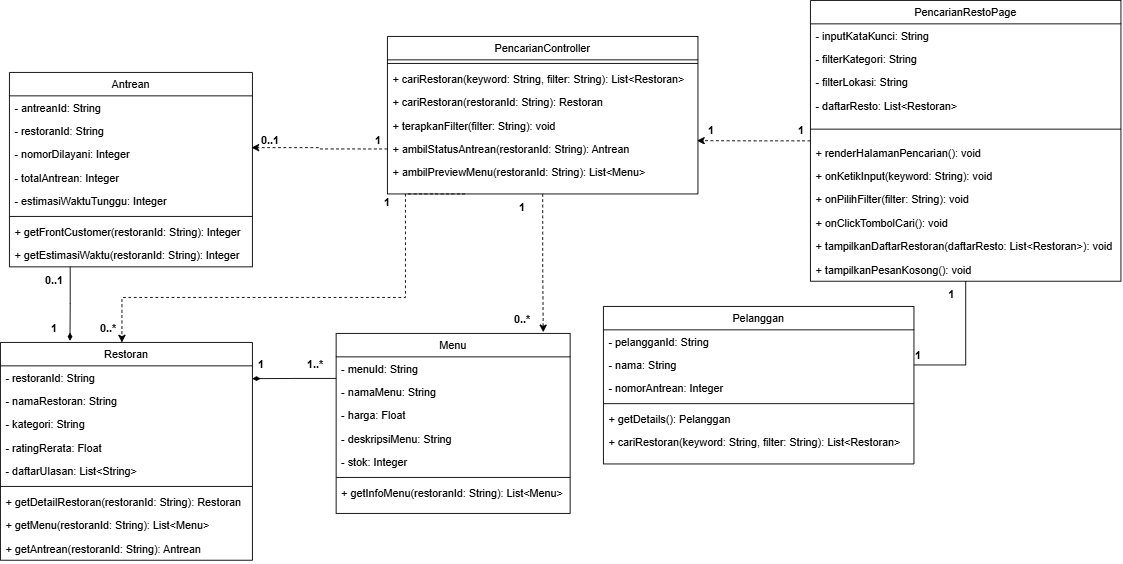
The draw.io diagram docs/M7/assets/diagram/CD_UC01.drawio.png in RPL-24/IF2150-RPL, before a commit. Source tidied: cells renumbered, new cells last; positions are measured from the earlier drawing's top-left corner, leaving out a move shared by most shapes.
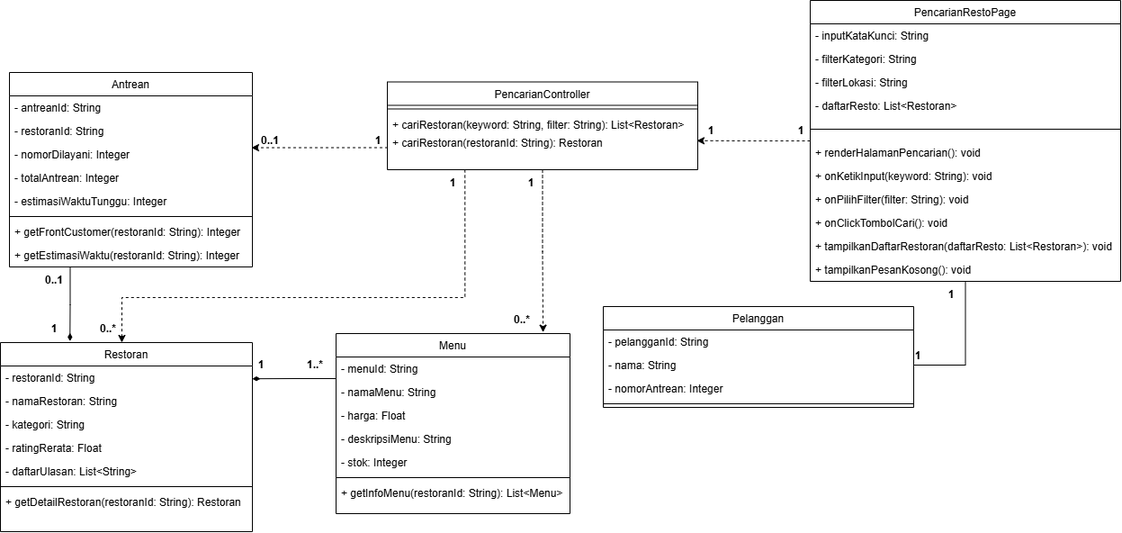
After the change.

Commit message:
fix: Diagram Kelas UC01

The edit, as a diff of the source:
```diff
@@ -2,8 +2,10 @@
   <root>
     <mxCell id="0" />
     <mxCell id="1" parent="0" />
-    <mxCell id="2" style="edgeStyle=orthogonalEdgeStyle;rounded=0;jettySize=auto;html=1;exitX=0;exitY=0.5;exitDx=0;exitDy=0;dashed=1;entryX=0.997;entryY=1.145;entryDx=0;entryDy=0;entryPerimeter=0;" parent="1" edge="1" source="4" target="38">
-      <mxGeometry x="0.17" relative="1" as="geometry" />
+    <mxCell id="2" style="edgeStyle=orthogonalEdgeStyle;rounded=0;jettySize=auto;html=1;exitX=0;exitY=0.5;exitDx=0;exitDy=0;dashed=1;entryX=0.997;entryY=1.145;entryDx=0;entryDy=0;entryPerimeter=0;" parent="1" edge="1" source="4">
+      <mxGeometry x="0.17" relative="1" as="geometry">
+        <mxPoint x="774" y="155.8" as="targetPoint" />
+      </mxGeometry>
     </mxCell>
     <mxCell id="3" style="edgeStyle=orthogonalEdgeStyle;rounded=0;jettySize=auto;html=1;entryX=1;entryY=0.5;entryDx=0;entryDy=0;endArrow=none;endFill=0;" parent="1" edge="1" source="4" target="52">
       <mxGeometry relative="1" as="geometry" />
@@ -69,7 +71,7 @@
       <mxGeometry y="164" width="260" height="26" as="geometry" />
     </mxCell>
     <mxCell id="24" value="Restoran" style="swimlane;fontStyle=0;align=center;verticalAlign=top;horizontal=1;startSize=26;rounded=0;shadow=0;strokeWidth=1;" parent="1" vertex="1">
-      <mxGeometry y="380" width="280" height="242" as="geometry" />
+      <mxGeometry y="380" width="280" height="210" as="geometry" />
     </mxCell>
     <mxCell id="25" value="- restoranId: String" style="text;align=left;verticalAlign=top;spacingLeft=4;spacingRight=4;overflow=hidden;points=[[0,0.5],[1,0.5]];portConstraint=eastwest;" parent="24" vertex="1">
       <mxGeometry y="26" width="280" height="26" as="geometry" />
@@ -92,33 +94,18 @@
     <mxCell id="31" value="+ getDetailRestoran(restoranId: String): Restoran" style="text;align=left;verticalAlign=top;spacingLeft=4;spacingRight=4;overflow=hidden;" parent="24" vertex="1">
       <mxGeometry y="164" width="280" height="26" as="geometry" />
     </mxCell>
-    <mxCell id="32" value="+ getMenu(restoranId: String): List&lt;Menu&gt;" style="text;align=left;verticalAlign=top;spacingLeft=4;spacingRight=4;overflow=hidden;" parent="24" vertex="1">
-      <mxGeometry y="190" width="280" height="26" as="geometry" />
-    </mxCell>
-    <mxCell id="33" value="+ getAntrean(restoranId: String): Antrean" style="text;align=left;verticalAlign=top;spacingLeft=4;spacingRight=4;overflow=hidden;" parent="24" vertex="1">
-      <mxGeometry y="216" width="280" height="26" as="geometry" />
-    </mxCell>
     <mxCell id="34" value="PencarianController" style="swimlane;fontStyle=0;align=center;verticalAlign=top;horizontal=1;startSize=26;rounded=0;shadow=0;strokeWidth=1;" parent="1" vertex="1">
-      <mxGeometry x="430" y="40" width="345" height="175" as="geometry" />
+      <mxGeometry x="430" y="90.5" width="345" height="97.5" as="geometry" />
     </mxCell>
     <mxCell id="35" style="line;html=1;strokeWidth=1;align=left;verticalAlign=middle;spacingTop=-1;spacingLeft=3;spacingRight=3;labelPosition=right;" parent="34" vertex="1">
       <mxGeometry y="26" width="345" height="8" as="geometry" />
     </mxCell>
     <mxCell id="36" value="+ cariRestoran(keyword: String, filter: String): List&lt;Restoran&gt;" style="text;align=left;verticalAlign=top;spacingLeft=4;spacingRight=4;overflow=hidden;rounded=0;shadow=0;html=0;" parent="34" vertex="1">
-      <mxGeometry y="34" width="345" height="26" as="geometry" />
+      <mxGeometry y="34" width="345" height="20.5" as="geometry" />
     </mxCell>
     <mxCell id="37" value="+ cariRestoran(restoranId: String): Restoran" style="text;align=left;verticalAlign=top;spacingLeft=4;spacingRight=4;overflow=hidden;rounded=0;shadow=0;html=0;" parent="34" vertex="1">
-      <mxGeometry y="60" width="345" height="26" as="geometry" />
+      <mxGeometry y="54.5" width="345" height="26" as="geometry" />
     </mxCell>
-    <mxCell id="38" value="+ terapkanFilter(filter: String): void" style="text;align=left;verticalAlign=top;spacingLeft=4;spacingRight=4;overflow=hidden;points=[[0,0.5],[1,0.5]];portConstraint=eastwest;rounded=0;shadow=0;html=0;" parent="34" vertex="1">
-      <mxGeometry y="86" width="345" height="26" as="geometry" />
-    </mxCell>
-    <mxCell id="39" value="+ ambilStatusAntrean(restoranId: String): Antrean" style="text;align=left;verticalAlign=top;spacingLeft=4;spacingRight=4;overflow=hidden;points=[[0,0.5],[1,0.5]];portConstraint=eastwest;rounded=0;shadow=0;html=0;" parent="34" vertex="1">
-      <mxGeometry y="112" width="345" height="26" as="geometry" />
-    </mxCell>
-    <mxCell id="40" value="+ ambilPreviewMenu(restoranId: String): List&lt;Menu&gt;" style="text;align=left;verticalAlign=top;spacingLeft=4;spacingRight=4;overflow=hidden;rounded=0;shadow=0;html=0;" parent="34" vertex="1">
-      <mxGeometry y="138" width="345" height="26" as="geometry" />
-    </mxCell>
     <mxCell id="41" value="Antrean" style="swimlane;fontStyle=0;align=center;verticalAlign=top;horizontal=1;startSize=26;rounded=0;shadow=0;strokeWidth=1;" parent="1" vertex="1">
       <mxGeometry x="10" y="80" width="270" height="216" as="geometry" />
     </mxCell>
@@ -147,7 +134,7 @@
       <mxGeometry y="190" width="270" height="26" as="geometry" />
     </mxCell>
     <mxCell id="50" value="Pelanggan" style="swimlane;fontStyle=0;align=center;verticalAlign=top;horizontal=1;startSize=26;rounded=0;shadow=0;strokeWidth=1;" parent="1" vertex="1">
-      <mxGeometry x="670" y="340" width="345" height="175" as="geometry" />
+      <mxGeometry x="670" y="340" width="345" height="112" as="geometry" />
     </mxCell>
     <mxCell id="51" value="- pelangganId: String" style="text;align=left;verticalAlign=top;spacingLeft=4;spacingRight=4;overflow=hidden;" parent="50" vertex="1">
       <mxGeometry y="26" width="345" height="26" as="geometry" />
@@ -161,23 +148,18 @@
     <mxCell id="54" style="line;html=1;strokeWidth=1;align=left;verticalAlign=middle;spacingTop=-1;spacingLeft=3;spacingRight=3;labelPosition=right;" parent="50" vertex="1">
       <mxGeometry y="104" width="345" height="8" as="geometry" />
     </mxCell>
-    <mxCell id="55" value="+ getDetails(): Pelanggan" style="text;align=left;verticalAlign=top;spacingLeft=4;spacingRight=4;overflow=hidden;" parent="50" vertex="1">
-      <mxGeometry y="112" width="345" height="26" as="geometry" />
-    </mxCell>
-    <mxCell id="56" value="+ cariRestoran(keyword: String, filter: String): List&lt;Restoran&gt;" style="text;align=left;verticalAlign=top;spacingLeft=4;spacingRight=4;overflow=hidden;" parent="50" vertex="1">
-      <mxGeometry y="138" width="345" height="26" as="geometry" />
-    </mxCell>
     <mxCell id="57" style="edgeStyle=orthogonalEdgeStyle;rounded=0;jettySize=auto;html=1;exitX=0;exitY=0.25;exitDx=0;exitDy=0;entryX=1;entryY=0.546;entryDx=0;entryDy=0;entryPerimeter=0;endArrow=diamondThin;endFill=1;" parent="1" edge="1" source="16" target="25">
       <mxGeometry relative="1" as="geometry" />
     </mxCell>
-    <mxCell id="58" style="edgeStyle=orthogonalEdgeStyle;rounded=0;jettySize=auto;html=1;entryX=0.996;entryY=0.213;entryDx=0;entryDy=0;entryPerimeter=0;dashed=1;" parent="1" edge="1" source="39" target="44">
-      <mxGeometry x="0.08" relative="1" as="geometry" />
+    <mxCell id="58" style="edgeStyle=orthogonalEdgeStyle;rounded=0;jettySize=auto;html=1;entryX=0.996;entryY=0.213;entryDx=0;entryDy=0;entryPerimeter=0;dashed=1;" parent="1" edge="1" target="44">
+      <mxGeometry x="0.08" relative="1" as="geometry">
+        <mxPoint x="430" y="139" as="sourcePoint" />
+      </mxGeometry>
     </mxCell>
     <mxCell id="59" style="edgeStyle=orthogonalEdgeStyle;rounded=0;jettySize=auto;html=1;exitX=0.25;exitY=1;exitDx=0;exitDy=0;dashed=1;entryX=0.482;entryY=0;entryDx=0;entryDy=0;entryPerimeter=0;" parent="1" edge="1" source="34" target="24">
-      <mxGeometry x="0.21" relative="1" as="geometry">
+      <mxGeometry x="0.19" relative="1" as="geometry">
         <Array as="points">
-          <mxPoint x="450" y="215" />
-          <mxPoint x="450" y="330" />
+          <mxPoint x="516.3" y="330" />
           <mxPoint x="135" y="330" />
         </Array>
       </mxGeometry>
@@ -210,13 +192,13 @@
       <mxGeometry x="30" y="296" width="60" height="30" as="geometry" />
     </mxCell>
     <mxCell id="69" value="1" style="text;html=1;whiteSpace=wrap;strokeColor=none;fillColor=none;align=center;verticalAlign=middle;rounded=0;fontStyle=1;" parent="1" vertex="1">
-      <mxGeometry x="400" y="210" width="60" height="30" as="geometry" />
+      <mxGeometry x="473" y="188" width="60" height="30" as="geometry" />
     </mxCell>
     <mxCell id="70" value="0..*" style="text;html=1;whiteSpace=wrap;strokeColor=none;fillColor=none;align=center;verticalAlign=middle;rounded=0;fontStyle=1;" parent="1" vertex="1">
       <mxGeometry x="90" y="350" width="60" height="30" as="geometry" />
     </mxCell>
     <mxCell id="71" value="1" style="text;html=1;whiteSpace=wrap;strokeColor=none;fillColor=none;align=center;verticalAlign=middle;rounded=0;fontStyle=1;" parent="1" vertex="1">
-      <mxGeometry x="550" y="215" width="60" height="30" as="geometry" />
+      <mxGeometry x="560" y="188" width="60" height="30" as="geometry" />
     </mxCell>
     <mxCell id="72" value="0..*" style="text;html=1;whiteSpace=wrap;strokeColor=none;fillColor=none;align=center;verticalAlign=middle;rounded=0;fontStyle=1;" parent="1" vertex="1">
       <mxGeometry x="550" y="340" width="60" height="30" as="geometry" />
```
